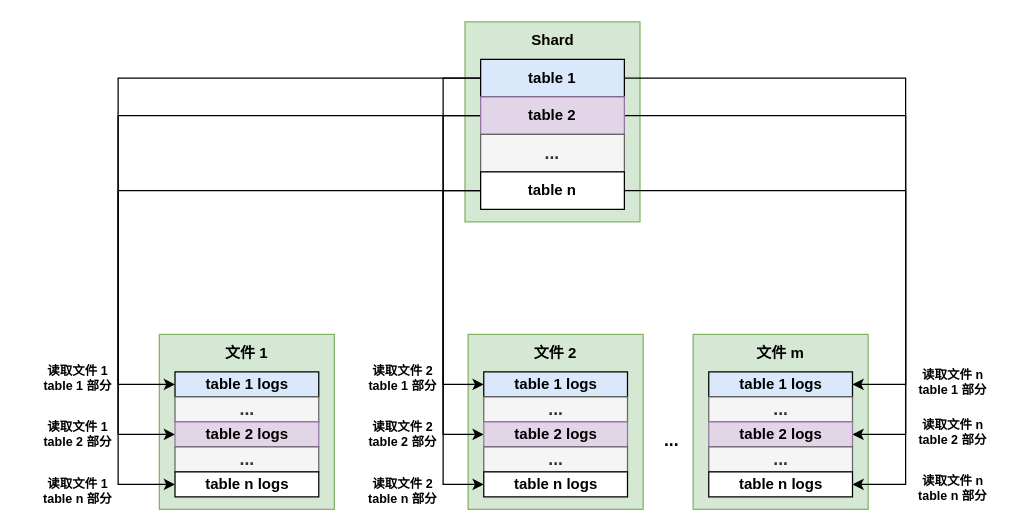
Rachelint/drawio-store keeps this draw.io diagram as rockswal.drawio. Above is the earlier version. Source tidied: cells renumbered, new cells numbered last; positions are measured from the earlier drawing's top-left corner, leaving out a move shared by most shapes. Both pictures are drawn from the tidied source at 125%, with x=0, y=0 at pixel (34, 21).
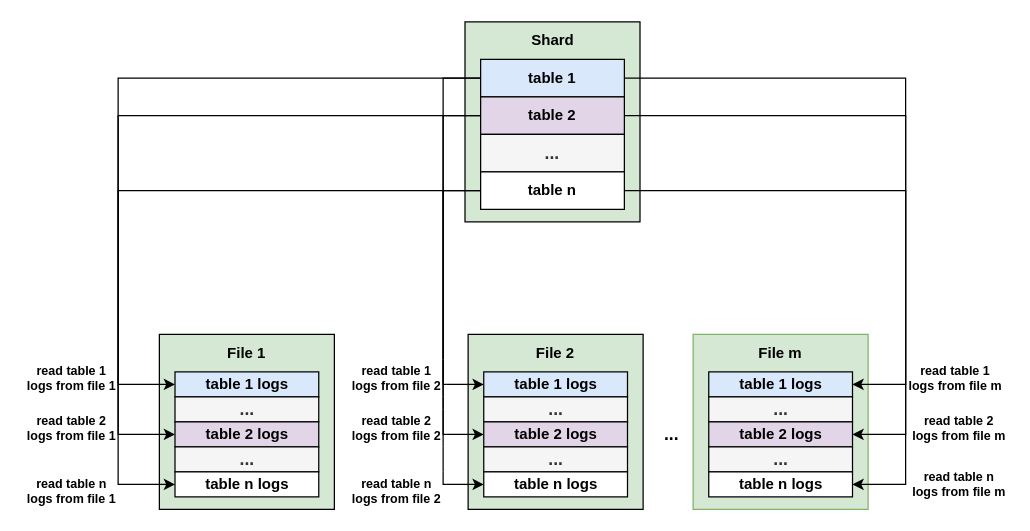
After the change.

Diff of the diagram source:
```diff
@@
-    <mxCell id="2" style="rounded=0;whiteSpace=wrap;html=1;fillColor=#d5e8d4;strokeColor=#82b366;fontStyle=1;" parent="1" vertex="1">
+    <mxCell id="2" style="rounded=0;whiteSpace=wrap;html=1;fillColor=#d5e8d4;strokeColor=#82B366;fontStyle=1;" parent="1" vertex="1">
       <mxGeometry x="527" y="250" width="140" height="140" as="geometry" />
     </mxCell>
-    <mxCell id="3" style="rounded=0;whiteSpace=wrap;html=1;fillColor=#d5e8d4;strokeColor=#82b366;fontStyle=1;" parent="1" vertex="1">
+    <mxCell id="3" style="rounded=0;whiteSpace=wrap;html=1;fillColor=#d5e8d4;strokeColor=#000000;fontStyle=1;" parent="1" vertex="1">
       <mxGeometry x="347" y="250" width="140" height="140" as="geometry" />
     </mxCell>
-    <mxCell id="4" style="rounded=0;whiteSpace=wrap;html=1;fillColor=#d5e8d4;strokeColor=#82b366;fontStyle=1;" parent="1" vertex="1">
+    <mxCell id="4" style="rounded=0;whiteSpace=wrap;html=1;fillColor=#d5e8d4;strokeColor=#000000;fontStyle=1;" parent="1" vertex="1">
       <mxGeometry x="100" y="250" width="140" height="140" as="geometry" />
     </mxCell>
-    <mxCell id="5" style="rounded=0;whiteSpace=wrap;html=1;fillColor=#d5e8d4;strokeColor=#82b366;fontStyle=1;" parent="1" vertex="1">
+    <mxCell id="5" style="rounded=0;whiteSpace=wrap;html=1;fillColor=#d5e8d4;strokeColor=#000000;fontStyle=1;" parent="1" vertex="1">
       <mxGeometry x="344.5" width="140" height="160" as="geometry" />
     </mxCell>
@@
-    <mxCell id="13" value="table 2" style="rounded=0;whiteSpace=wrap;html=1;fillColor=#e1d5e7;strokeColor=#9673a6;fontStyle=1;" parent="1" vertex="1">
+    <mxCell id="13" value="table 2" style="rounded=0;whiteSpace=wrap;html=1;fillColor=#e1d5e7;strokeColor=#000000;fontStyle=1;" parent="1" vertex="1">
       <mxGeometry x="357" y="60" width="115" height="30" as="geometry" />
     </mxCell>
-    <mxCell id="14" value="&lt;font style=&quot;font-size: 14px;&quot;&gt;&lt;span&gt;...&lt;/span&gt;&lt;/font&gt;" style="rounded=0;whiteSpace=wrap;html=1;fillColor=#f5f5f5;strokeColor=#666666;fontColor=#333333;fontStyle=1;" parent="1" vertex="1">
+    <mxCell id="14" value="&lt;font style=&quot;font-size: 14px;&quot;&gt;&lt;span&gt;...&lt;/span&gt;&lt;/font&gt;" style="rounded=0;whiteSpace=wrap;html=1;fillColor=#f5f5f5;strokeColor=#000000;fontColor=#333333;fontStyle=1;" parent="1" vertex="1">
       <mxGeometry x="357" y="90" width="115" height="30" as="geometry" />
     </mxCell>
@@
-    <mxCell id="18" value="table n" style="rounded=0;whiteSpace=wrap;html=1;fontStyle=1;" parent="1" vertex="1">
+    <mxCell id="18" value="table n" style="rounded=0;whiteSpace=wrap;html=1;fontStyle=1;strokeColor=#000000;" parent="1" vertex="1">
       <mxGeometry x="357" y="120" width="115" height="30" as="geometry" />
     </mxCell>
@@
-    <mxCell id="21" value="&lt;font style=&quot;font-size: 14px;&quot;&gt;&lt;span&gt;...&lt;/span&gt;&lt;/font&gt;" style="rounded=0;whiteSpace=wrap;html=1;fillColor=#f5f5f5;strokeColor=#666666;fontColor=#333333;fontStyle=1;" parent="1" vertex="1">
+    <mxCell id="21" value="&lt;font style=&quot;font-size: 14px;&quot;&gt;&lt;span&gt;...&lt;/span&gt;&lt;/font&gt;" style="rounded=0;whiteSpace=wrap;html=1;fillColor=#f5f5f5;strokeColor=#000000;fontColor=#333333;fontStyle=1;" parent="1" vertex="1">
       <mxGeometry x="112.5" y="300" width="115" height="20" as="geometry" />
     </mxCell>
-    <mxCell id="22" value="table 2 logs" style="rounded=0;whiteSpace=wrap;html=1;fillColor=#e1d5e7;strokeColor=#9673a6;fontStyle=1;" parent="1" vertex="1">
+    <mxCell id="22" value="table 2 logs" style="rounded=0;whiteSpace=wrap;html=1;fillColor=#e1d5e7;strokeColor=#000000;fontStyle=1;" parent="1" vertex="1">
       <mxGeometry x="112.5" y="320" width="115" height="20" as="geometry" />
     </mxCell>
-    <mxCell id="23" value="&lt;font style=&quot;font-size: 14px;&quot;&gt;&lt;span&gt;...&lt;/span&gt;&lt;/font&gt;" style="rounded=0;whiteSpace=wrap;html=1;fillColor=#f5f5f5;strokeColor=#666666;fontColor=#333333;fontStyle=1;" parent="1" vertex="1">
+    <mxCell id="23" value="&lt;font style=&quot;font-size: 14px;&quot;&gt;&lt;span&gt;...&lt;/span&gt;&lt;/font&gt;" style="rounded=0;whiteSpace=wrap;html=1;fillColor=#f5f5f5;strokeColor=#000000;fontColor=#333333;fontStyle=1;" parent="1" vertex="1">
       <mxGeometry x="112.5" y="340" width="115" height="20" as="geometry" />
     </mxCell>
-    <mxCell id="24" value="table n logs" style="rounded=0;whiteSpace=wrap;html=1;fontStyle=1;" parent="1" vertex="1">
+    <mxCell id="24" value="table n logs" style="rounded=0;whiteSpace=wrap;html=1;fontStyle=1;strokeColor=#000000;" parent="1" vertex="1">
       <mxGeometry x="112.5" y="360" width="115" height="20" as="geometry" />
     </mxCell>
@@
-    <mxCell id="26" value="&lt;font style=&quot;font-size: 14px;&quot;&gt;&lt;span&gt;...&lt;/span&gt;&lt;/font&gt;" style="rounded=0;whiteSpace=wrap;html=1;fillColor=#f5f5f5;strokeColor=#666666;fontColor=#333333;fontStyle=1;" parent="1" vertex="1">
+    <mxCell id="26" value="&lt;font style=&quot;font-size: 14px;&quot;&gt;&lt;span&gt;...&lt;/span&gt;&lt;/font&gt;" style="rounded=0;whiteSpace=wrap;html=1;fillColor=#f5f5f5;strokeColor=#000000;fontColor=#333333;fontStyle=1;" parent="1" vertex="1">
       <mxGeometry x="359.5" y="300" width="115" height="20" as="geometry" />
     </mxCell>
-    <mxCell id="27" value="table 2 logs" style="rounded=0;whiteSpace=wrap;html=1;fillColor=#e1d5e7;strokeColor=#9673a6;fontStyle=1;" parent="1" vertex="1">
+    <mxCell id="27" value="table 2 logs" style="rounded=0;whiteSpace=wrap;html=1;fillColor=#e1d5e7;strokeColor=#000000;fontStyle=1;" parent="1" vertex="1">
       <mxGeometry x="359.5" y="320" width="115" height="20" as="geometry" />
     </mxCell>
-    <mxCell id="28" value="&lt;font style=&quot;font-size: 14px;&quot;&gt;&lt;span&gt;...&lt;/span&gt;&lt;/font&gt;" style="rounded=0;whiteSpace=wrap;html=1;fillColor=#f5f5f5;strokeColor=#666666;fontColor=#333333;fontStyle=1;" parent="1" vertex="1">
+    <mxCell id="28" value="&lt;font style=&quot;font-size: 14px;&quot;&gt;&lt;span&gt;...&lt;/span&gt;&lt;/font&gt;" style="rounded=0;whiteSpace=wrap;html=1;fillColor=#f5f5f5;strokeColor=#000000;fontColor=#333333;fontStyle=1;" parent="1" vertex="1">
       <mxGeometry x="359.5" y="340" width="115" height="20" as="geometry" />
     </mxCell>
-    <mxCell id="29" value="table n logs" style="rounded=0;whiteSpace=wrap;html=1;fontStyle=1;" parent="1" vertex="1">
+    <mxCell id="29" value="table n logs" style="rounded=0;whiteSpace=wrap;html=1;fontStyle=1;strokeColor=#000000;" parent="1" vertex="1">
       <mxGeometry x="359.5" y="360" width="115" height="20" as="geometry" />
     </mxCell>
@@
-    <mxCell id="31" value="&lt;font style=&quot;font-size: 14px;&quot;&gt;&lt;span&gt;...&lt;/span&gt;&lt;/font&gt;" style="rounded=0;whiteSpace=wrap;html=1;fillColor=#f5f5f5;strokeColor=#666666;fontColor=#333333;fontStyle=1;" parent="1" vertex="1">
+    <mxCell id="31" value="&lt;font style=&quot;font-size: 14px;&quot;&gt;&lt;span&gt;...&lt;/span&gt;&lt;/font&gt;" style="rounded=0;whiteSpace=wrap;html=1;fillColor=#f5f5f5;strokeColor=#000000;fontColor=#333333;fontStyle=1;" parent="1" vertex="1">
       <mxGeometry x="539.5" y="300" width="115" height="20" as="geometry" />
     </mxCell>
-    <mxCell id="32" value="table 2 logs" style="rounded=0;whiteSpace=wrap;html=1;fillColor=#e1d5e7;strokeColor=#9673a6;fontStyle=1;" parent="1" vertex="1">
+    <mxCell id="32" value="table 2 logs" style="rounded=0;whiteSpace=wrap;html=1;fillColor=#e1d5e7;strokeColor=#000000;fontStyle=1;" parent="1" vertex="1">
       <mxGeometry x="539.5" y="320" width="115" height="20" as="geometry" />
     </mxCell>
-    <mxCell id="33" value="&lt;font style=&quot;font-size: 14px;&quot;&gt;&lt;span&gt;...&lt;/span&gt;&lt;/font&gt;" style="rounded=0;whiteSpace=wrap;html=1;fillColor=#f5f5f5;strokeColor=#666666;fontColor=#333333;fontStyle=1;" parent="1" vertex="1">
+    <mxCell id="33" value="&lt;font style=&quot;font-size: 14px;&quot;&gt;&lt;span&gt;...&lt;/span&gt;&lt;/font&gt;" style="rounded=0;whiteSpace=wrap;html=1;fillColor=#f5f5f5;strokeColor=#000000;fontColor=#333333;fontStyle=1;" parent="1" vertex="1">
       <mxGeometry x="539.5" y="340" width="115" height="20" as="geometry" />
     </mxCell>
-    <mxCell id="34" value="table n logs" style="rounded=0;whiteSpace=wrap;html=1;fontStyle=1;" parent="1" vertex="1">
+    <mxCell id="34" value="table n logs" style="rounded=0;whiteSpace=wrap;html=1;fontStyle=1;strokeColor=#000000;" parent="1" vertex="1">
       <mxGeometry x="539.5" y="360" width="115" height="20" as="geometry" />
     </mxCell>
     <mxCell id="35" value="&lt;font style=&quot;font-size: 14px;&quot;&gt;&lt;span&gt;...&lt;/span&gt;&lt;br&gt;&lt;/font&gt;" style="text;html=1;strokeColor=none;fillColor=none;align=center;verticalAlign=middle;whiteSpace=wrap;rounded=0;fontStyle=1;" parent="1" vertex="1">
-      <mxGeometry x="479.5" y="320" width="60" height="30" as="geometry" />
+      <mxGeometry x="479.5" y="315" width="60" height="30" as="geometry" />
     </mxCell>
-    <mxCell id="36" value="文件 1" style="text;html=1;strokeColor=none;fillColor=none;align=center;verticalAlign=middle;whiteSpace=wrap;rounded=0;fontStyle=1;" parent="1" vertex="1">
+    <mxCell id="36" value="File 1" style="text;html=1;strokeColor=none;fillColor=none;align=center;verticalAlign=middle;whiteSpace=wrap;rounded=0;fontStyle=1;" parent="1" vertex="1">
       <mxGeometry x="140" y="250" width="60" height="30" as="geometry" />
     </mxCell>
-    <mxCell id="37" value="文件 2" style="text;html=1;strokeColor=none;fillColor=none;align=center;verticalAlign=middle;whiteSpace=wrap;rounded=0;fontStyle=1;" parent="1" vertex="1">
+    <mxCell id="37" value="File 2" style="text;html=1;strokeColor=none;fillColor=none;align=center;verticalAlign=middle;whiteSpace=wrap;rounded=0;fontStyle=1;" parent="1" vertex="1">
       <mxGeometry x="387" y="250" width="60" height="30" as="geometry" />
     </mxCell>
-    <mxCell id="38" value="文件 m" style="text;html=1;strokeColor=none;fillColor=none;align=center;verticalAlign=middle;whiteSpace=wrap;rounded=0;fontStyle=1;" parent="1" vertex="1">
+    <mxCell id="38" value="File m" style="text;html=1;strokeColor=none;fillColor=none;align=center;verticalAlign=middle;whiteSpace=wrap;rounded=0;fontStyle=1;" parent="1" vertex="1">
       <mxGeometry x="567" y="250" width="60" height="30" as="geometry" />
     </mxCell>
-    <mxCell id="39" value="读取文件 1 table 1 部分" style="text;html=1;strokeColor=none;fillColor=none;align=center;verticalAlign=middle;whiteSpace=wrap;rounded=0;strokeWidth=0;fontSize=10;fontStyle=1;" parent="1" vertex="1">
-      <mxGeometry y="270" width="70" height="30" as="geometry" />
+    <mxCell id="39" value="read table 1 logs from file 1" style="text;html=1;strokeColor=none;fillColor=none;align=center;verticalAlign=middle;whiteSpace=wrap;rounded=0;strokeWidth=0;fontSize=10;fontStyle=1;" parent="1" vertex="1">
+      <mxGeometry x="-10" y="270" width="80" height="30" as="geometry" />
     </mxCell>
-    <mxCell id="40" value="读取文件 1 table 2 部分" style="text;html=1;strokeColor=none;fillColor=none;align=center;verticalAlign=middle;whiteSpace=wrap;rounded=0;strokeWidth=0;fontSize=10;fontStyle=1;" parent="1" vertex="1">
-      <mxGeometry y="315" width="70" height="30" as="geometry" />
-    </mxCell>
-    <mxCell id="41" value="读取文件 1 table n 部分" style="text;html=1;strokeColor=none;fillColor=none;align=center;verticalAlign=middle;whiteSpace=wrap;rounded=0;strokeWidth=0;fontSize=10;fontStyle=1;" parent="1" vertex="1">
-      <mxGeometry y="360" width="70" height="30" as="geometry" />
-    </mxCell>
-    <mxCell id="42" value="读取文件 2 table 1 部分" style="text;html=1;strokeColor=none;fillColor=none;align=center;verticalAlign=middle;whiteSpace=wrap;rounded=0;fontSize=10;fontStyle=1;" parent="1" vertex="1">
-      <mxGeometry x="260" y="270" width="70" height="30" as="geometry" />
-    </mxCell>
-    <mxCell id="43" value="读取文件 2 table 2 部分" style="text;html=1;strokeColor=none;fillColor=none;align=center;verticalAlign=middle;whiteSpace=wrap;rounded=0;fontSize=10;fontStyle=1;" parent="1" vertex="1">
-      <mxGeometry x="260" y="312.5" width="70" height="35" as="geometry" />
-    </mxCell>
-    <mxCell id="44" value="读取文件 2 table n 部分" style="text;html=1;strokeColor=none;fillColor=none;align=center;verticalAlign=middle;whiteSpace=wrap;rounded=0;fontSize=10;fontStyle=1;" parent="1" vertex="1">
-      <mxGeometry x="260" y="360" width="70" height="30" as="geometry" />
-    </mxCell>
-    <mxCell id="45" value="读取文件 n table 1 部分" style="text;html=1;strokeColor=none;fillColor=none;align=center;verticalAlign=middle;whiteSpace=wrap;rounded=0;fontSize=10;fontStyle=1;" parent="1" vertex="1">
-      <mxGeometry x="700" y="272.5" width="70" height="30" as="geometry" />
-    </mxCell>
-    <mxCell id="46" value="读取文件 n table 2 部分" style="text;html=1;strokeColor=none;fillColor=none;align=center;verticalAlign=middle;whiteSpace=wrap;rounded=0;fontSize=10;fontStyle=1;" parent="1" vertex="1">
-      <mxGeometry x="700" y="312.5" width="70" height="30" as="geometry" />
-    </mxCell>
-    <mxCell id="47" value="读取文件 n table n 部分" style="text;html=1;strokeColor=none;fillColor=none;align=center;verticalAlign=middle;whiteSpace=wrap;rounded=0;fontSize=10;fontStyle=1;" parent="1" vertex="1">
-      <mxGeometry x="700" y="357.5" width="70" height="30" as="geometry" />
-    </mxCell>
+    <mxCell id="48" value="read table 2 logs from file 1" style="text;html=1;strokeColor=none;fillColor=none;align=center;verticalAlign=middle;whiteSpace=wrap;rounded=0;strokeWidth=0;fontSize=10;fontStyle=1;" parent="1" vertex="1">
+      <mxGeometry x="-10" y="310" width="80" height="30" as="geometry" />
+    </mxCell>
+    <mxCell id="49" value="read table n logs from file 1" style="text;html=1;strokeColor=none;fillColor=none;align=center;verticalAlign=middle;whiteSpace=wrap;rounded=0;strokeWidth=0;fontSize=10;fontStyle=1;" parent="1" vertex="1">
+      <mxGeometry x="-10" y="360" width="80" height="30" as="geometry" />
+    </mxCell>
+    <mxCell id="50" value="read table 1 logs from file 2" style="text;html=1;strokeColor=#FFFFFF;fillColor=none;align=center;verticalAlign=middle;whiteSpace=wrap;rounded=0;strokeWidth=0;fontSize=10;fontStyle=1;" parent="1" vertex="1">
+      <mxGeometry x="250" y="270" width="80" height="30" as="geometry" />
+    </mxCell>
+    <mxCell id="51" value="read table 2 logs from file 2" style="text;html=1;strokeColor=#FFFFFF;fillColor=none;align=center;verticalAlign=middle;whiteSpace=wrap;rounded=0;strokeWidth=0;fontSize=10;fontStyle=1;" parent="1" vertex="1">
+      <mxGeometry x="250" y="310" width="80" height="30" as="geometry" />
+    </mxCell>
+    <mxCell id="52" value="read table n logs from file 2" style="text;html=1;strokeColor=#FFFFFF;fillColor=none;align=center;verticalAlign=middle;whiteSpace=wrap;rounded=0;strokeWidth=0;fontSize=10;fontStyle=1;" parent="1" vertex="1">
+      <mxGeometry x="250" y="360" width="80" height="30" as="geometry" />
+    </mxCell>
+    <mxCell id="53" value="read table 1 logs from file m" style="text;html=1;strokeColor=none;fillColor=none;align=center;verticalAlign=middle;whiteSpace=wrap;rounded=0;strokeWidth=0;fontSize=10;fontStyle=1;" parent="1" vertex="1">
+      <mxGeometry x="697" y="270" width="80" height="30" as="geometry" />
+    </mxCell>
+    <mxCell id="54" value="read table 2 logs from file m" style="text;html=1;strokeColor=none;fillColor=none;align=center;verticalAlign=middle;whiteSpace=wrap;rounded=0;strokeWidth=0;fontSize=10;fontStyle=1;" parent="1" vertex="1">
+      <mxGeometry x="700" y="310" width="80" height="30" as="geometry" />
+    </mxCell>
+    <mxCell id="55" value="read table n logs from file m" style="text;html=1;strokeColor=none;fillColor=none;align=center;verticalAlign=middle;whiteSpace=wrap;rounded=0;strokeWidth=0;fontSize=10;fontStyle=1;" parent="1" vertex="1">
+      <mxGeometry x="700" y="355" width="80" height="30" as="geometry" />
+    </mxCell>
```
